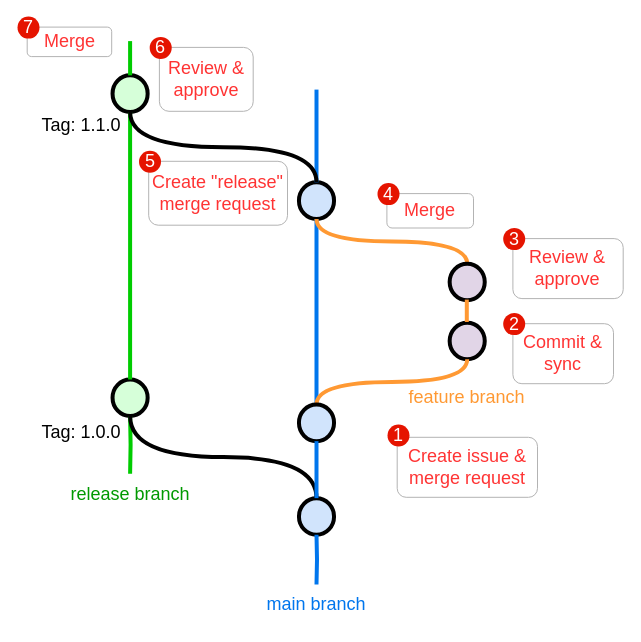
Above: docs/assets/git-workflow-simple.drawio in bcit-ltc/infrastructure-documentation (draw.io), before the change. Source tidied: cells renumbered, new cells numbered last; positions are measured from the earlier drawing's top-left corner, leaving out a move shared by most shapes. Both pictures are drawn from the tidied source at 100%, with x=0, y=0 at pixel (17, 16).
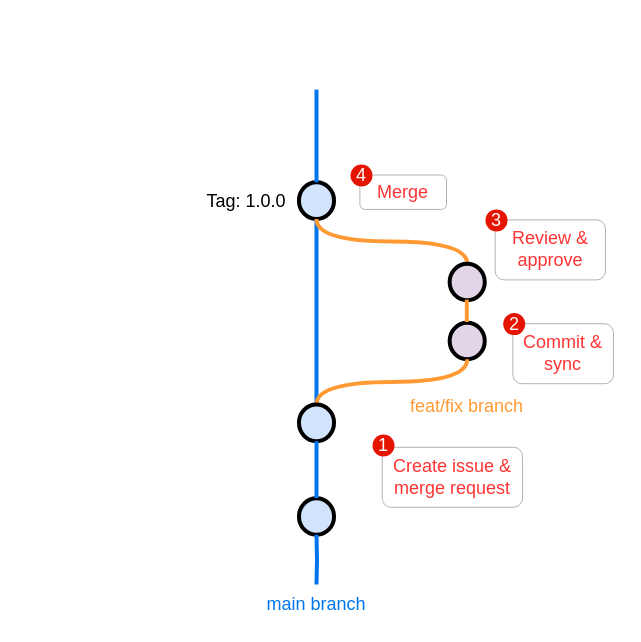
The same page after the edit.

The change refers to these unchanged cells:
```xml
<mxCell id="2" style="verticalLabelPosition=bottom;verticalAlign=top;html=1;strokeWidth=4;shape=mxgraph.flowchart.on-page_reference;plain-blue;gradientColor=none;strokeColor=#000000;rotation=-90;fillColor=#D1E4FC;fontSize=18;" parent="1" vertex="1">
  <mxGeometry x="280.7" y="482.4" width="36.6" height="35.1" as="geometry" />
</mxCell>
<mxCell id="3" style="verticalLabelPosition=bottom;verticalAlign=top;html=1;strokeWidth=4;shape=mxgraph.flowchart.on-page_reference;plain-blue;gradientColor=none;strokeColor=#000000;rotation=-90;fillColor=#D1E4FC;fontSize=18;" parent="1" vertex="1">
  <mxGeometry x="280.7" y="166.6" width="36.6" height="35.1" as="geometry" />
</mxCell>
```

Diff of the diagram source:
```diff
@@
-    <mxCell id="11" value="&lt;font style=&quot;font-size: 18px&quot;&gt;&lt;font style=&quot;font-size: 18px&quot;&gt;feature branch&lt;/font&gt;&lt;br style=&quot;font-size: 18px&quot;&gt;&lt;/font&gt;" style="text;html=1;strokeColor=none;fillColor=none;align=center;verticalAlign=middle;whiteSpace=wrap;overflow=hidden;fontSize=18;fontStyle=0;fontColor=#FF9933;rotation=0;" parent="1" vertex="1">
-      <mxGeometry x="376.9" y="358.2" width="145.4" height="46.1" as="geometry" />
+    <mxCell id="11" value="&lt;font style=&quot;font-size: 18px&quot;&gt;&lt;font style=&quot;font-size: 18px&quot;&gt;feat/fix branch&lt;/font&gt;&lt;br style=&quot;font-size: 18px&quot;&gt;&lt;/font&gt;" style="text;html=1;strokeColor=none;fillColor=none;align=center;verticalAlign=middle;whiteSpace=wrap;overflow=hidden;fontSize=18;fontStyle=0;fontColor=#FF9933;rotation=0;" parent="1" vertex="1">
+      <mxGeometry x="376.9" y="367.2" width="145.4" height="46.1" as="geometry" />
     </mxCell>
     <mxCell id="12" value="&lt;font style=&quot;font-size: 18px;&quot;&gt;Tag: 1.0.0&lt;/font&gt;" style="text;html=1;strokeColor=none;fillColor=none;align=center;verticalAlign=middle;whiteSpace=wrap;overflow=hidden;fontSize=18;rotation=0;" parent="1" vertex="1">
-      <mxGeometry x="15" y="396.8" width="97.6" height="37.4" as="geometry" />
+      <mxGeometry x="180" y="166.6" width="97.6" height="37.4" as="geometry" />
     </mxCell>
-    <mxCell id="13" value="&lt;font style=&quot;font-size: 18px;&quot;&gt;Tag: 1.1.0&lt;/font&gt;" style="text;html=1;strokeColor=none;fillColor=none;align=center;verticalAlign=middle;whiteSpace=wrap;overflow=hidden;fontSize=18;rotation=0;" parent="1" vertex="1">
-      <mxGeometry x="18" y="87.6" width="91.5" height="42.6" as="geometry" />
-    </mxCell>
-    <mxCell id="14" style="verticalLabelPosition=bottom;verticalAlign=top;html=1;strokeWidth=4;shape=mxgraph.flowchart.on-page_reference;plain-blue;gradientColor=none;strokeColor=#000000;rotation=-90;fillColor=#D6FFD9;fontSize=18;" parent="1" vertex="1">
-      <mxGeometry x="94.3" y="363.7" width="36.6" height="35.1" as="geometry" />
-    </mxCell>
-    <mxCell id="15" style="verticalLabelPosition=bottom;verticalAlign=top;html=1;strokeWidth=4;shape=mxgraph.flowchart.on-page_reference;plain-blue;gradientColor=none;strokeColor=#000000;rotation=-90;fillColor=#D6FFD9;fontSize=18;" parent="1" vertex="1">
-      <mxGeometry x="94.3" y="59.6" width="36.6" height="35.1" as="geometry" />
-    </mxCell>
-    <mxCell id="16" style="edgeStyle=orthogonalEdgeStyle;rounded=0;html=1;jettySize=auto;plain-blue;endArrow=none;endFill=0;strokeWidth=4;strokeColor=#00CC00;fontSize=18;" parent="1" edge="1" source="14" target="15">
-      <mxGeometry x="1532.6" y="526.6" as="geometry">
-        <Array as="points">
-          <mxPoint x="112.6" y="83" />
-        </Array>
-      </mxGeometry>
-    </mxCell>
-    <mxCell id="17" style="edgeStyle=orthogonalEdgeStyle;curved=1;rounded=0;jettySize=auto;html=1;endArrow=none;endFill=0;strokeWidth=4;fontFamily=Courier New;fontSize=18;strokeColor=#00CC00;" parent="1" edge="1" source="15">
-      <mxGeometry x="1067.9" y="191" as="geometry">
-        <mxPoint x="112.6" y="24.6" as="targetPoint" />
-      </mxGeometry>
-    </mxCell>
-    <mxCell id="18" style="edgeStyle=orthogonalEdgeStyle;rounded=0;html=1;jettySize=auto;strokeWidth=4;endArrow=none;endFill=0;strokeColor=#00CC00;fontSize=18;" parent="1" edge="1" target="14">
-      <mxGeometry x="1532.6" y="643.6" as="geometry">
-        <mxPoint x="112.6" y="457.3" as="sourcePoint" />
-      </mxGeometry>
-    </mxCell>
-    <mxCell id="19" style="edgeStyle=orthogonalEdgeStyle;curved=1;rounded=0;html=1;endArrow=none;endFill=0;jettySize=auto;strokeWidth=4;fontSize=18;entryX=0;entryY=0.5;entryDx=0;entryDy=0;entryPerimeter=0;exitX=1;exitY=0.5;exitDx=0;exitDy=0;exitPerimeter=0;" parent="1" edge="1" source="2" target="14">
-      <mxGeometry x="1144.6" y="183.4" as="geometry" />
-    </mxCell>
@@
-    <mxCell id="22" value="&lt;font style=&quot;font-size: 18px&quot;&gt;release branch&lt;br style=&quot;font-size: 18px&quot;&gt;&lt;/font&gt;" style="text;html=1;strokeColor=none;fillColor=none;align=center;verticalAlign=middle;whiteSpace=wrap;overflow=hidden;fontSize=18;fontStyle=0;fontColor=#009900;rotation=0;" parent="1" vertex="1">
-      <mxGeometry x="37.5" y="458" width="150.1" height="40" as="geometry" />
-    </mxCell>
-    <mxCell id="23" style="edgeStyle=orthogonalEdgeStyle;curved=1;rounded=0;html=1;endArrow=none;endFill=0;jettySize=auto;strokeWidth=4;fontSize=18;entryX=0;entryY=0.5;entryDx=0;entryDy=0;entryPerimeter=0;exitX=1;exitY=0.5;exitDx=0;exitDy=0;exitPerimeter=0;" parent="1" edge="1" source="3" target="15">
-      <mxGeometry x="1175.1" y="-300.2" as="geometry" />
-    </mxCell>
@@
     <mxCell id="26" value="&lt;span style=&quot;color: rgb(255 , 51 , 51)&quot;&gt;Create issue &amp;amp; merge request&lt;/span&gt;" style="rounded=1;whiteSpace=wrap;html=1;labelBackgroundColor=none;fontSize=18;fontColor=#FF9933;strokeColor=#B3B3B3;fillColor=none;" parent="1" vertex="1">
-      <mxGeometry x="379.7" y="420.8" width="140.3" height="60" as="geometry" />
+      <mxGeometry x="364.7" y="430.8" width="140.3" height="60" as="geometry" />
     </mxCell>
     <mxCell id="27" value="1" style="ellipse;whiteSpace=wrap;html=1;labelBackgroundColor=none;fontSize=18;strokeColor=none;fillColor=#e51400;fontColor=#ffffff;" parent="1" vertex="1">
-      <mxGeometry x="370" y="408" width="22" height="22" as="geometry" />
+      <mxGeometry x="355" y="418" width="22" height="22" as="geometry" />
     </mxCell>
@@
     <mxCell id="30" value="&lt;span style=&quot;color: rgb(255 , 51 , 51)&quot;&gt;Review &amp;amp; approve&lt;/span&gt;" style="rounded=1;whiteSpace=wrap;html=1;labelBackgroundColor=none;fontSize=18;fontColor=#FF9933;strokeColor=#B3B3B3;fillColor=none;" parent="1" vertex="1">
-      <mxGeometry x="495.4" y="222.1" width="110.3" height="60" as="geometry" />
+      <mxGeometry x="477.7" y="203.4" width="110.3" height="60" as="geometry" />
     </mxCell>
     <mxCell id="31" value="3" style="ellipse;whiteSpace=wrap;html=1;labelBackgroundColor=none;fontSize=18;strokeColor=none;fillColor=#e51400;fontColor=#ffffff;" parent="1" vertex="1">
-      <mxGeometry x="485.7" y="211.6" width="22" height="22" as="geometry" />
+      <mxGeometry x="468" y="192.9" width="22" height="22" as="geometry" />
     </mxCell>
     <mxCell id="32" value="&lt;span style=&quot;color: rgb(255 , 51 , 51)&quot;&gt;Merge&lt;/span&gt;" style="rounded=1;whiteSpace=wrap;html=1;labelBackgroundColor=none;fontSize=18;fontColor=#FF9933;strokeColor=#B3B3B3;fillColor=none;" parent="1" vertex="1">
-      <mxGeometry x="369.4" y="177.1" width="86.6" height="34.4" as="geometry" />
+      <mxGeometry x="342.4" y="158.5" width="86.6" height="34.4" as="geometry" />
     </mxCell>
     <mxCell id="33" value="4" style="ellipse;whiteSpace=wrap;html=1;labelBackgroundColor=none;fontSize=18;strokeColor=none;fillColor=#e51400;fontColor=#ffffff;" parent="1" vertex="1">
-      <mxGeometry x="360" y="166.6" width="22" height="22" as="geometry" />
+      <mxGeometry x="333" y="148" width="22" height="22" as="geometry" />
     </mxCell>
-    <mxCell id="34" value="&lt;span style=&quot;color: rgb(255 , 51 , 51)&quot;&gt;Create &quot;release&quot; merge request&lt;/span&gt;" style="rounded=1;whiteSpace=wrap;html=1;labelBackgroundColor=none;fontSize=18;fontColor=#FF9933;strokeColor=#B3B3B3;fillColor=none;" parent="1" vertex="1">
-      <mxGeometry x="131.2" y="144.8" width="138.8" height="63.9" as="geometry" />
-    </mxCell>
-    <mxCell id="35" value="5" style="ellipse;whiteSpace=wrap;html=1;labelBackgroundColor=none;fontSize=18;strokeColor=none;fillColor=#e51400;fontColor=#ffffff;" parent="1" vertex="1">
-      <mxGeometry x="121.5" y="134.3" width="22" height="22" as="geometry" />
-    </mxCell>
-    <mxCell id="36" value="&lt;font color=&quot;#ff3333&quot;&gt;Review &amp;amp; approve&lt;/font&gt;" style="rounded=1;whiteSpace=wrap;html=1;labelBackgroundColor=none;fontSize=18;fontColor=#FF9933;strokeColor=#B3B3B3;fillColor=none;" parent="1" vertex="1">
-      <mxGeometry x="141.9" y="30.9" width="93.8" height="63.9" as="geometry" />
-    </mxCell>
-    <mxCell id="37" value="6" style="ellipse;whiteSpace=wrap;html=1;labelBackgroundColor=none;fontSize=18;strokeColor=none;fillColor=#e51400;fontColor=#ffffff;" parent="1" vertex="1">
-      <mxGeometry x="132.2" y="20.4" width="22" height="22" as="geometry" />
-    </mxCell>
-    <mxCell id="38" value="&lt;font color=&quot;#ff3333&quot;&gt;Merge&lt;/font&gt;" style="rounded=1;whiteSpace=wrap;html=1;labelBackgroundColor=none;fontSize=18;fontColor=#FF9933;strokeColor=#B3B3B3;fillColor=none;" parent="1" vertex="1">
-      <mxGeometry x="9.7" y="10.6" width="84.5" height="29.5" as="geometry" />
-    </mxCell>
-    <mxCell id="39" value="7" style="ellipse;whiteSpace=wrap;html=1;labelBackgroundColor=none;fontSize=18;strokeColor=none;fillColor=#e51400;fontColor=#ffffff;" parent="1" vertex="1">
-      <mxGeometry y="0.1" width="22" height="22" as="geometry" />
-    </mxCell>
```
